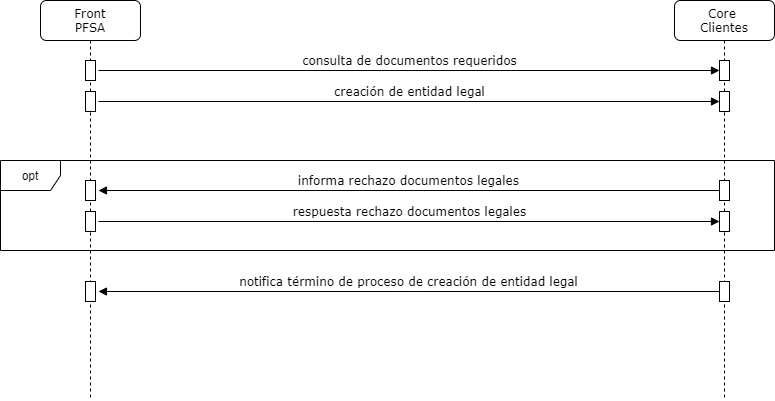
Earlier version of the draw.io export Diagrama de Interacción Front.png (Derivatik/Recursos-Documentacion). Source tidied: cells renumbered, new cells last; positions are measured from the earlier drawing's top-left corner, leaving out a move shared by most shapes. Its diagram source:
```xml
<mxGraphModel background="#ffffff">
  <root>
    <mxCell id="0" />
    <mxCell id="1" parent="0" />
    <mxCell id="2" value="consulta de documentos requeridos" style="html=1;verticalAlign=bottom;endArrow=block;labelBackgroundColor=none;fontFamily=Verdana;fontSize=12;edgeStyle=elbowEdgeStyle;elbow=vertical;exitX=1.295;exitY=0.5;exitDx=0;exitDy=0;exitPerimeter=0;" parent="1" edge="1" source="6" target="4">
      <mxGeometry relative="1" as="geometry" />
    </mxCell>
    <mxCell id="3" value="Core &lt;br&gt;Clientes" style="shape=umlLifeline;perimeter=lifelinePerimeter;whiteSpace=wrap;html=1;rounded=1;shadow=0;comic=0;labelBackgroundColor=none;strokeWidth=1;fontFamily=Verdana;fontSize=12;align=center;" parent="1" vertex="1">
      <mxGeometry x="674" width="100" height="400" as="geometry" />
    </mxCell>
    <mxCell id="4" style="html=1;points=[];perimeter=orthogonalPerimeter;rounded=0;shadow=0;comic=0;labelBackgroundColor=none;strokeWidth=1;fontFamily=Verdana;fontSize=12;align=center;" parent="3" vertex="1">
      <mxGeometry x="45" y="60" width="10" height="20" as="geometry" />
    </mxCell>
    <mxCell id="5" value="Front&lt;br&gt;PFSA" style="shape=umlLifeline;perimeter=lifelinePerimeter;whiteSpace=wrap;html=1;rounded=1;shadow=0;comic=0;labelBackgroundColor=none;strokeWidth=1;fontFamily=Verdana;fontSize=12;align=center;" parent="1" vertex="1">
      <mxGeometry x="40" width="100" height="400" as="geometry" />
    </mxCell>
    <mxCell id="6" style="html=1;points=[];perimeter=orthogonalPerimeter;rounded=0;shadow=0;comic=0;labelBackgroundColor=none;strokeWidth=1;fontFamily=Verdana;fontSize=12;align=center;" parent="5" vertex="1">
      <mxGeometry x="45" y="60" width="10" height="20" as="geometry" />
    </mxCell>
    <mxCell id="7" value="opt" style="shape=umlFrame;whiteSpace=wrap;html=1;" parent="1" vertex="1">
      <mxGeometry y="160" width="774" height="90" as="geometry" />
    </mxCell>
    <mxCell id="8" value="informa rechazo documentos legales" style="html=1;verticalAlign=bottom;endArrow=block;labelBackgroundColor=none;fontFamily=Verdana;fontSize=12;edgeStyle=elbowEdgeStyle;elbow=vertical;entryX=1.295;entryY=0.5;entryDx=0;entryDy=0;entryPerimeter=0;" parent="1" edge="1" source="9" target="10">
      <mxGeometry relative="1" as="geometry" />
    </mxCell>
    <mxCell id="9" style="html=1;points=[];perimeter=orthogonalPerimeter;rounded=0;shadow=0;comic=0;labelBackgroundColor=none;strokeWidth=1;fontFamily=Verdana;fontSize=12;align=center;" parent="1" vertex="1">
      <mxGeometry x="719" y="180" width="10" height="20" as="geometry" />
    </mxCell>
    <mxCell id="10" style="html=1;points=[];perimeter=orthogonalPerimeter;rounded=0;shadow=0;comic=0;labelBackgroundColor=none;strokeWidth=1;fontFamily=Verdana;fontSize=12;align=center;" parent="1" vertex="1">
      <mxGeometry x="85" y="180" width="10" height="20" as="geometry" />
    </mxCell>
    <mxCell id="11" value="respuesta rechazo documentos legales" style="html=1;verticalAlign=bottom;endArrow=block;labelBackgroundColor=none;fontFamily=Verdana;fontSize=12;edgeStyle=elbowEdgeStyle;elbow=vertical;exitX=1.295;exitY=0.5;exitDx=0;exitDy=0;exitPerimeter=0;" parent="1" edge="1" source="13" target="12">
      <mxGeometry relative="1" as="geometry" />
    </mxCell>
    <mxCell id="12" style="html=1;points=[];perimeter=orthogonalPerimeter;rounded=0;shadow=0;comic=0;labelBackgroundColor=none;strokeWidth=1;fontFamily=Verdana;fontSize=12;align=center;" parent="1" vertex="1">
      <mxGeometry x="719" y="211" width="10" height="20" as="geometry" />
    </mxCell>
    <mxCell id="13" style="html=1;points=[];perimeter=orthogonalPerimeter;rounded=0;shadow=0;comic=0;labelBackgroundColor=none;strokeWidth=1;fontFamily=Verdana;fontSize=12;align=center;" parent="1" vertex="1">
      <mxGeometry x="85" y="211" width="10" height="20" as="geometry" />
    </mxCell>
    <mxCell id="14" value="creación de entidad legal" style="html=1;verticalAlign=bottom;endArrow=block;labelBackgroundColor=none;fontFamily=Verdana;fontSize=12;edgeStyle=elbowEdgeStyle;elbow=vertical;exitX=1.295;exitY=0.5;exitDx=0;exitDy=0;exitPerimeter=0;" parent="1" edge="1" source="16" target="15">
      <mxGeometry relative="1" as="geometry" />
    </mxCell>
    <mxCell id="15" style="html=1;points=[];perimeter=orthogonalPerimeter;rounded=0;shadow=0;comic=0;labelBackgroundColor=none;strokeWidth=1;fontFamily=Verdana;fontSize=12;align=center;" parent="1" vertex="1">
      <mxGeometry x="719" y="91" width="10" height="20" as="geometry" />
    </mxCell>
    <mxCell id="16" style="html=1;points=[];perimeter=orthogonalPerimeter;rounded=0;shadow=0;comic=0;labelBackgroundColor=none;strokeWidth=1;fontFamily=Verdana;fontSize=12;align=center;" parent="1" vertex="1">
      <mxGeometry x="85" y="91" width="10" height="20" as="geometry" />
    </mxCell>
    <mxCell id="17" value="notifica término de proceso de creación de entidad legal" style="html=1;verticalAlign=bottom;endArrow=block;labelBackgroundColor=none;fontFamily=Verdana;fontSize=12;edgeStyle=elbowEdgeStyle;elbow=vertical;entryX=1.295;entryY=0.5;entryDx=0;entryDy=0;entryPerimeter=0;" parent="1" edge="1" source="18" target="19">
      <mxGeometry relative="1" as="geometry" />
    </mxCell>
    <mxCell id="18" style="html=1;points=[];perimeter=orthogonalPerimeter;rounded=0;shadow=0;comic=0;labelBackgroundColor=none;strokeWidth=1;fontFamily=Verdana;fontSize=12;align=center;" parent="1" vertex="1">
      <mxGeometry x="719" y="281" width="10" height="20" as="geometry" />
    </mxCell>
    <mxCell id="19" style="html=1;points=[];perimeter=orthogonalPerimeter;rounded=0;shadow=0;comic=0;labelBackgroundColor=none;strokeWidth=1;fontFamily=Verdana;fontSize=12;align=center;" parent="1" vertex="1">
      <mxGeometry x="85" y="281" width="10" height="20" as="geometry" />
    </mxCell>
  </root>
</mxGraphModel>
```
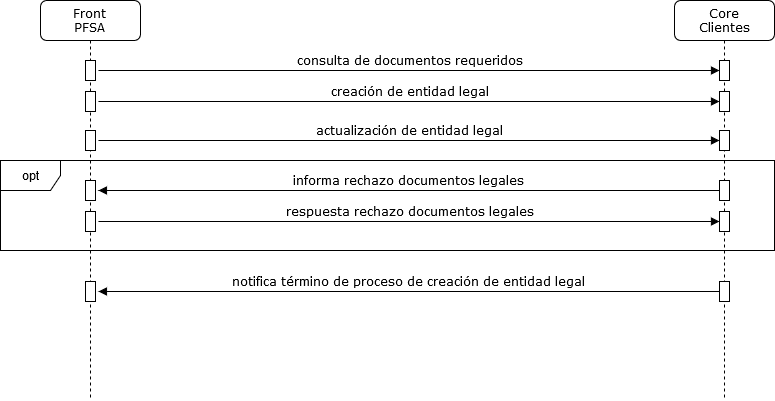
After the change.

Commit message:
arreglo diagrama interaccion clientes

What changed in the source:
```diff
@@ -56,5 +56,14 @@
     <mxCell id="19" style="html=1;points=[];perimeter=orthogonalPerimeter;rounded=0;shadow=0;comic=0;labelBackgroundColor=none;strokeWidth=1;fontFamily=Verdana;fontSize=12;align=center;" parent="1" vertex="1">
       <mxGeometry x="85" y="281" width="10" height="20" as="geometry" />
     </mxCell>
+    <mxCell id="20" value="actualización de entidad legal" style="html=1;verticalAlign=bottom;endArrow=block;labelBackgroundColor=none;fontFamily=Verdana;fontSize=12;edgeStyle=elbowEdgeStyle;elbow=vertical;exitX=1.295;exitY=0.5;exitDx=0;exitDy=0;exitPerimeter=0;" parent="1" edge="1" source="22" target="21">
+      <mxGeometry relative="1" as="geometry" />
+    </mxCell>
+    <mxCell id="21" style="html=1;points=[];perimeter=orthogonalPerimeter;rounded=0;shadow=0;comic=0;labelBackgroundColor=none;strokeWidth=1;fontFamily=Verdana;fontSize=12;align=center;" parent="1" vertex="1">
+      <mxGeometry x="719" y="130" width="10" height="20" as="geometry" />
+    </mxCell>
+    <mxCell id="22" style="html=1;points=[];perimeter=orthogonalPerimeter;rounded=0;shadow=0;comic=0;labelBackgroundColor=none;strokeWidth=1;fontFamily=Verdana;fontSize=12;align=center;" parent="1" vertex="1">
+      <mxGeometry x="85" y="130" width="10" height="20" as="geometry" />
+    </mxCell>
   </root>
 </mxGraphModel>
```
